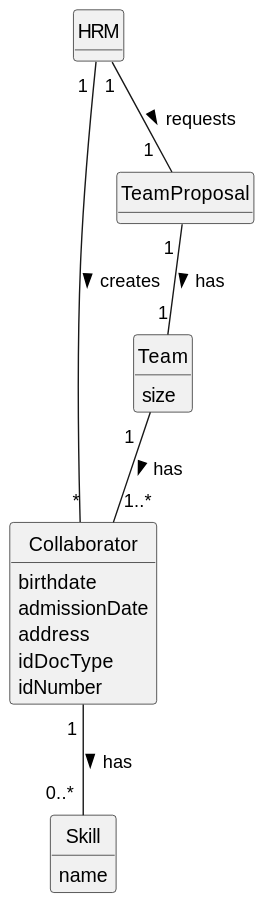
The PlantUML diagram docs/sprintA/us005/02.analysis/svg/us005-domain-model.svg in Departamento-de-Engenharia-Informatica/lei-24-s2-1do-g164, before a commit.
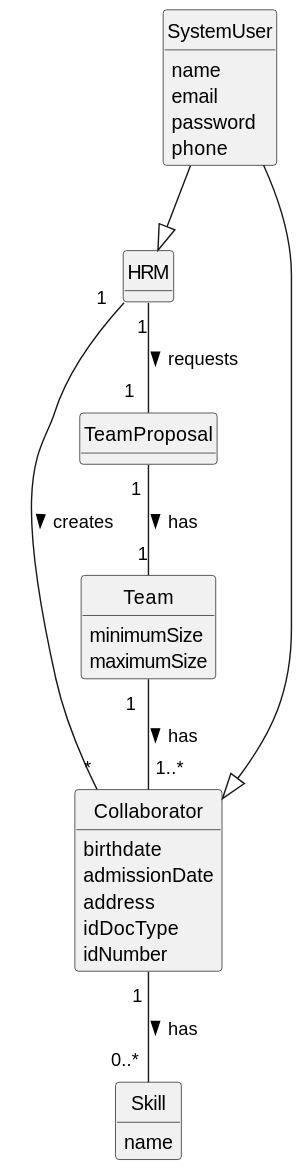
After the change.

Change to the diagram source:
```diff
@@ -13,6 +13,14 @@
 
 }
 
+class SystemUser {
+    name
+    email
+    password
+    phone
+
+}
+
 class Collaborator {
         birthdate
                        admissionDate
@@ -25,7 +33,8 @@
 }
 
 class Team {
-size
+minimumSize
+maximumSize
 
 }
 
@@ -38,4 +47,6 @@
 TeamProposal "1 " --"1" Team: has >
 Team "1  " -- "1..*                  " Collaborator: has >
 Collaborator "1 " -- "0..* " Skill : has >
+SystemUser --|> HRM
+SystemUser --|> Collaborator
 @enduml
```
